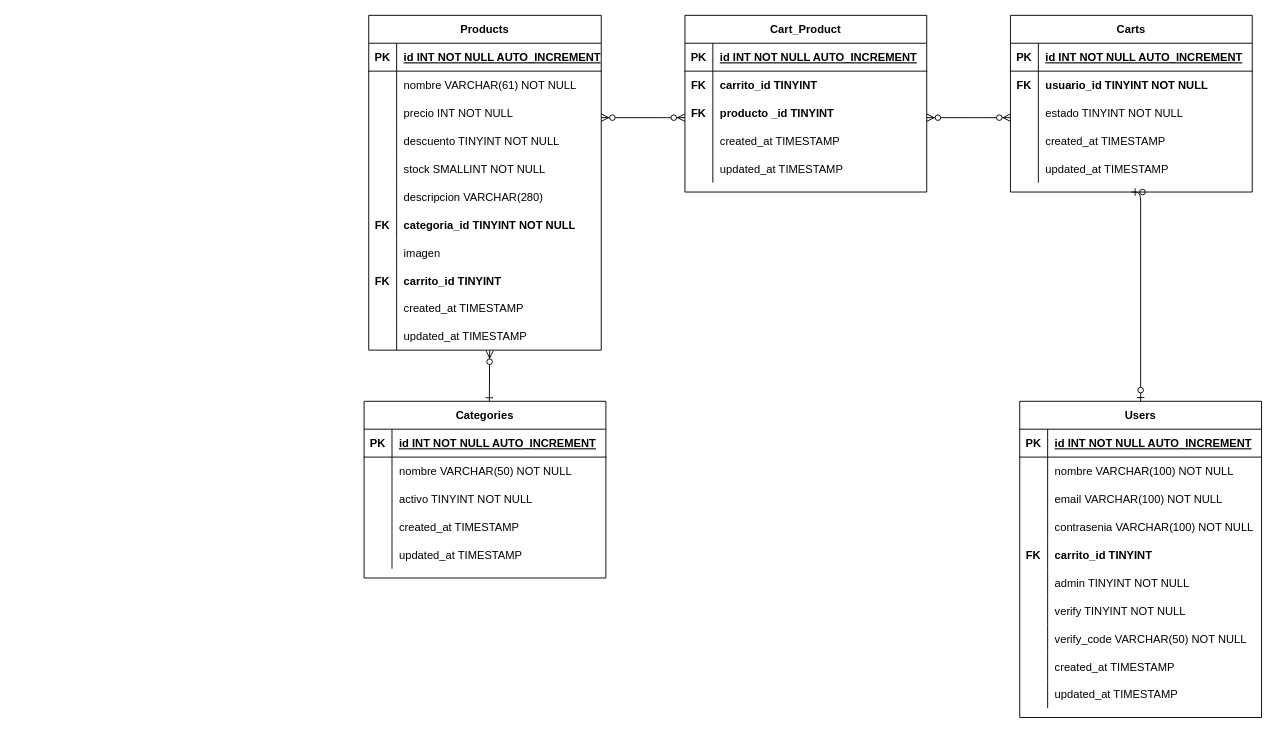
Evaristodantur/BierClub keeps this draw.io diagram as entregas - sprints/6to-sprint (Base de Datos)/Diagrama de base de datos.drawio. Above is the earlier version. Source tidied: cells renumbered, new cells numbered last; positions are measured from the earlier drawing's top-left corner, leaving out a move shared by most shapes. Both pictures are drawn from the tidied source at 93%, with x=0, y=0 at pixel (364, 15).
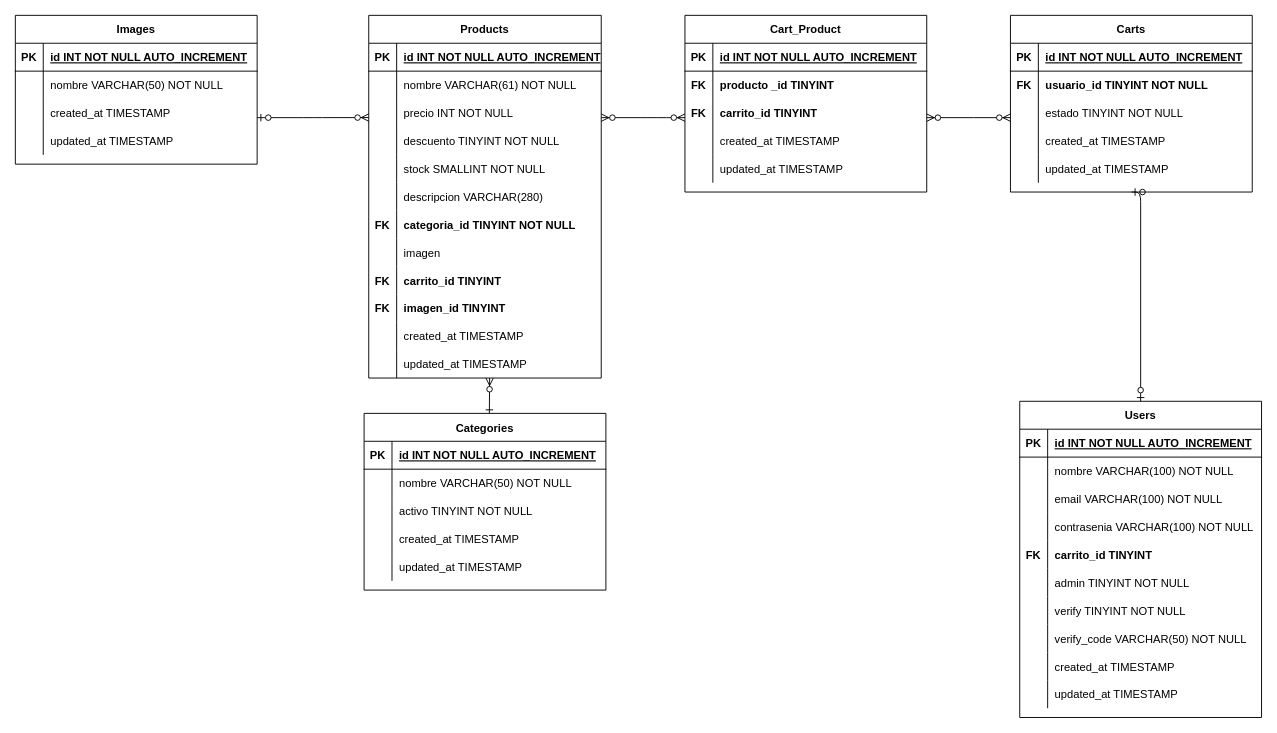
After the change.

The change refers to these unchanged cells:
```xml
<mxCell id="33" style="shape=partialRectangle;fillColor=none;top=0;left=0;right=0;bottom=0;" parent="5" vertex="1">
  <mxGeometry y="300" width="250" height="30" as="geometry" />
</mxCell>
<mxCell id="36" style="shape=partialRectangle;fillColor=none;points=[[0,0.5],[1,0.5]];portConstraint=eastwest;top=0;left=0;right=0;bottom=0;" parent="5" vertex="1">
  <mxGeometry y="330" width="250" height="30" as="geometry" />
</mxCell>
<mxCell id="75" style="shape=partialRectangle;fillColor=none;top=0;left=0;right=0;bottom=0;" parent="71" vertex="1">
  <mxGeometry y="60" width="260" height="30" as="geometry" />
</mxCell>
<mxCell id="78" style="shape=partialRectangle;fillColor=none;top=0;left=0;right=0;bottom=0;" parent="71" vertex="1">
  <mxGeometry y="90" width="260" height="30" as="geometry" />
</mxCell>
```

The edit, as a diff of the source:
```diff
@@
-    <mxCell id="2" style="edgeStyle=elbowEdgeStyle;endArrow=ERzeroToMany;startArrow=ERone;endFill=1;startFill=0;entryX=0.52;entryY=1.015;entryDx=0;entryDy=0;entryPerimeter=0;exitX=0.518;exitY=0.001;exitDx=0;exitDy=0;exitPerimeter=0;" parent="1" edge="1" source="103" target="36">
+    <mxCell id="2" style="edgeStyle=elbowEdgeStyle;endArrow=ERzeroToMany;startArrow=ERone;endFill=1;startFill=0;entryX=0.519;entryY=1.001;entryDx=0;entryDy=0;entryPerimeter=0;exitX=0.518;exitY=0.001;exitDx=0;exitDy=0;exitPerimeter=0;" parent="1" edge="1" source="103" target="120">
       <mxGeometry relative="1" as="geometry">
         <Array as="points">
+          <mxPoint x="135" y="420" />
           <mxPoint x="135" y="435" />
         </Array>
       </mxGeometry>
     </mxCell>
@@
     <mxCell id="5" value="Products" style="shape=table;startSize=30;childLayout=tableLayout;rowLines=0;fontStyle=1;align=center;" parent="1" vertex="1">
-      <mxGeometry x="5" width="250" height="360" as="geometry" />
+      <mxGeometry x="5" width="250" height="390" as="geometry" />
     </mxCell>
@@
-    <mxCell id="34" style="shape=partialRectangle;overflow=hidden;fillColor=none;top=0;left=0;bottom=0;right=0;" parent="33" vertex="1">
+    <mxCell id="34" value="FK" style="shape=partialRectangle;overflow=hidden;fillColor=none;top=0;left=0;bottom=0;right=0;fontStyle=1;" parent="33" vertex="1">
       <mxGeometry width="30" height="30" as="geometry" />
     </mxCell>
@@
-    <mxCell id="38" value="updated_at TIMESTAMP" style="shape=partialRectangle;overflow=hidden;fillColor=none;top=0;left=0;bottom=0;right=0;align=left;spacingLeft=6;" parent="36" vertex="1">
+    <mxCell id="38" value="created_at TIMESTAMP" style="shape=partialRectangle;overflow=hidden;fillColor=none;top=0;left=0;bottom=0;right=0;align=left;spacingLeft=6;" parent="36" vertex="1">
       <mxGeometry x="30" width="220" height="30" as="geometry" />
     </mxCell>
+    <mxCell id="120" style="shape=partialRectangle;fillColor=none;points=[[0,0.5],[1,0.5]];portConstraint=eastwest;top=0;left=0;right=0;bottom=0;" parent="5" vertex="1">
+      <mxGeometry y="360" width="250" height="30" as="geometry" />
+    </mxCell>
+    <mxCell id="121" style="shape=partialRectangle;overflow=hidden;fillColor=none;top=0;left=0;bottom=0;right=0;" parent="120" vertex="1">
+      <mxGeometry width="30" height="30" as="geometry" />
+    </mxCell>
+    <mxCell id="122" value="updated_at TIMESTAMP" style="shape=partialRectangle;overflow=hidden;fillColor=none;top=0;left=0;bottom=0;right=0;align=left;spacingLeft=6;" parent="120" vertex="1">
+      <mxGeometry x="30" width="220" height="30" as="geometry" />
+    </mxCell>
@@
-    <mxCell id="77" value="carrito_id TINYINT" style="shape=partialRectangle;overflow=hidden;fillColor=none;top=0;left=0;bottom=0;right=0;align=left;spacingLeft=6;fontStyle=1;" parent="75" vertex="1">
+    <mxCell id="77" value="producto _id TINYINT" style="shape=partialRectangle;overflow=hidden;fillColor=none;top=0;left=0;bottom=0;right=0;align=left;spacingLeft=6;fontStyle=1;" parent="75" vertex="1">
       <mxGeometry x="30" width="230" height="30" as="geometry" />
     </mxCell>
@@
-    <mxCell id="80" value="producto _id TINYINT" style="shape=partialRectangle;overflow=hidden;fillColor=none;top=0;left=0;bottom=0;right=0;align=left;spacingLeft=6;fontStyle=1;" parent="78" vertex="1">
+    <mxCell id="80" value="carrito_id TINYINT" style="shape=partialRectangle;overflow=hidden;fillColor=none;top=0;left=0;bottom=0;right=0;align=left;spacingLeft=6;fontStyle=1;" parent="78" vertex="1">
       <mxGeometry x="30" width="230" height="30" as="geometry" />
     </mxCell>
@@
     <mxCell id="103" value="Categories" style="shape=table;startSize=30;childLayout=tableLayout;rowLines=0;fontStyle=1;align=center;" parent="1" vertex="1">
-      <mxGeometry y="415" width="260" height="190" as="geometry" />
+      <mxGeometry y="428" width="260" height="190" as="geometry" />
     </mxCell>
@@
-    <mxCell id="119" value="created_at TIMESTAMP" style="shape=partialRectangle;overflow=hidden;fillColor=none;top=0;left=0;bottom=0;right=0;align=left;spacingLeft=6;" parent="1" vertex="1">
+    <mxCell id="119" value="imagen_id TINYINT" style="shape=partialRectangle;overflow=hidden;fillColor=none;top=0;left=0;bottom=0;right=0;align=left;spacingLeft=6;fontStyle=1;" parent="1" vertex="1">
       <mxGeometry x="35" y="300" width="220" height="30" as="geometry" />
     </mxCell>
+    <mxCell id="123" value="Images" style="shape=table;startSize=30;childLayout=tableLayout;rowLines=0;fontStyle=1;align=center;" parent="1" vertex="1">
+      <mxGeometry x="-375" width="260" height="160" as="geometry" />
+    </mxCell>
+    <mxCell id="124" style="shape=partialRectangle;fillColor=none;top=0;left=0;right=0;bottom=1;" parent="123" vertex="1">
+      <mxGeometry y="30" width="260" height="30" as="geometry" />
+    </mxCell>
+    <mxCell id="125" value="PK" style="shape=partialRectangle;overflow=hidden;fillColor=none;top=0;left=0;bottom=0;right=0;fontStyle=1;" parent="124" vertex="1">
+      <mxGeometry width="30" height="30" as="geometry" />
+    </mxCell>
+    <mxCell id="126" value="id INT NOT NULL AUTO_INCREMENT" style="shape=partialRectangle;overflow=hidden;fillColor=none;top=0;left=0;bottom=0;right=0;align=left;spacingLeft=6;fontStyle=5;" parent="124" vertex="1">
+      <mxGeometry x="30" width="230" height="30" as="geometry" />
+    </mxCell>
+    <mxCell id="127" style="shape=partialRectangle;fillColor=none;top=0;left=0;right=0;bottom=0;" parent="123" vertex="1">
+      <mxGeometry y="60" width="260" height="30" as="geometry" />
+    </mxCell>
+    <mxCell id="128" style="shape=partialRectangle;overflow=hidden;fillColor=none;top=0;left=0;bottom=0;right=0;" parent="127" vertex="1">
+      <mxGeometry width="30" height="30" as="geometry" />
+    </mxCell>
+    <mxCell id="129" value="nombre VARCHAR(50) NOT NULL" style="shape=partialRectangle;overflow=hidden;fillColor=none;top=0;left=0;bottom=0;right=0;align=left;spacingLeft=6;" parent="127" vertex="1">
+      <mxGeometry x="30" width="230" height="30" as="geometry" />
+    </mxCell>
+    <mxCell id="130" style="shape=partialRectangle;fillColor=none;top=0;left=0;right=0;bottom=0;" parent="123" vertex="1">
+      <mxGeometry y="90" width="260" height="30" as="geometry" />
+    </mxCell>
+    <mxCell id="131" style="shape=partialRectangle;overflow=hidden;fillColor=none;top=0;left=0;bottom=0;right=0;" parent="130" vertex="1">
+      <mxGeometry width="30" height="30" as="geometry" />
+    </mxCell>
+    <mxCell id="132" value="created_at TIMESTAMP" style="shape=partialRectangle;overflow=hidden;fillColor=none;top=0;left=0;bottom=0;right=0;align=left;spacingLeft=6;" parent="130" vertex="1">
+      <mxGeometry x="30" width="230" height="30" as="geometry" />
+    </mxCell>
+    <mxCell id="133" style="shape=partialRectangle;fillColor=none;top=0;left=0;right=0;bottom=0;" parent="123" vertex="1">
+      <mxGeometry y="120" width="260" height="30" as="geometry" />
+    </mxCell>
+    <mxCell id="134" style="shape=partialRectangle;overflow=hidden;fillColor=none;top=0;left=0;bottom=0;right=0;" parent="133" vertex="1">
+      <mxGeometry width="30" height="30" as="geometry" />
+    </mxCell>
+    <mxCell id="135" value="updated_at TIMESTAMP" style="shape=partialRectangle;overflow=hidden;fillColor=none;top=0;left=0;bottom=0;right=0;align=left;spacingLeft=6;" parent="133" vertex="1">
+      <mxGeometry x="30" width="230" height="30" as="geometry" />
+    </mxCell>
+    <mxCell id="136" style="edgeStyle=elbowEdgeStyle;endArrow=ERzeroToMany;startArrow=ERzeroToOne;endFill=1;startFill=1;entryX=0;entryY=0.329;entryDx=0;entryDy=0;entryPerimeter=0;" parent="1" edge="1">
+      <mxGeometry relative="1" as="geometry">
+        <mxPoint x="-115" y="110" as="sourcePoint" />
+        <mxPoint x="5" y="109.9" as="targetPoint" />
+        <Array as="points">
+          <mxPoint x="-54.8" y="215" />
+        </Array>
+      </mxGeometry>
+    </mxCell>
```
